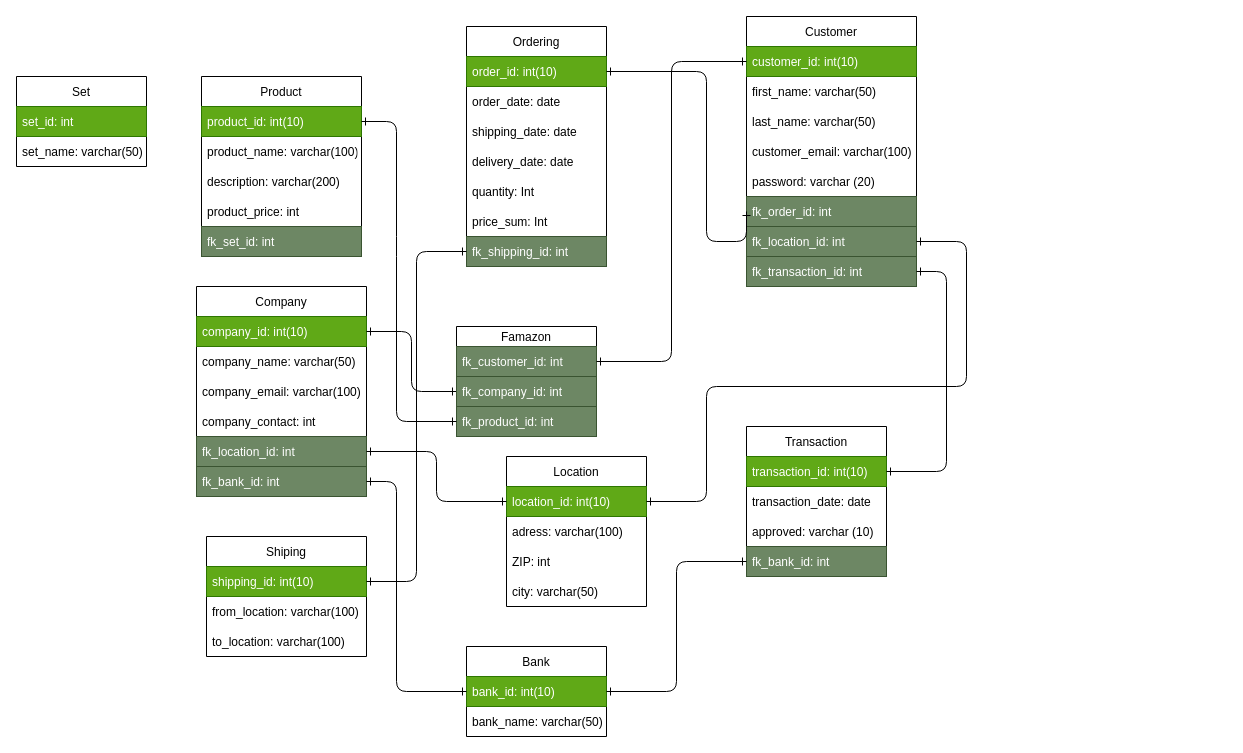
This is page "Normalization" (4 of 4) of database.drawio from TamaraZolnajic/BE16_CR9_Tamara_Zolnajic, a draw.io file, before an edit. Source tidied: cells renumbered, new cells numbered last; positions are measured from the earlier drawing's top-left corner, leaving out a move shared by most shapes. Both pictures are drawn from the tidied source at 100%, with x=0, y=0 at pixel (16, 16).
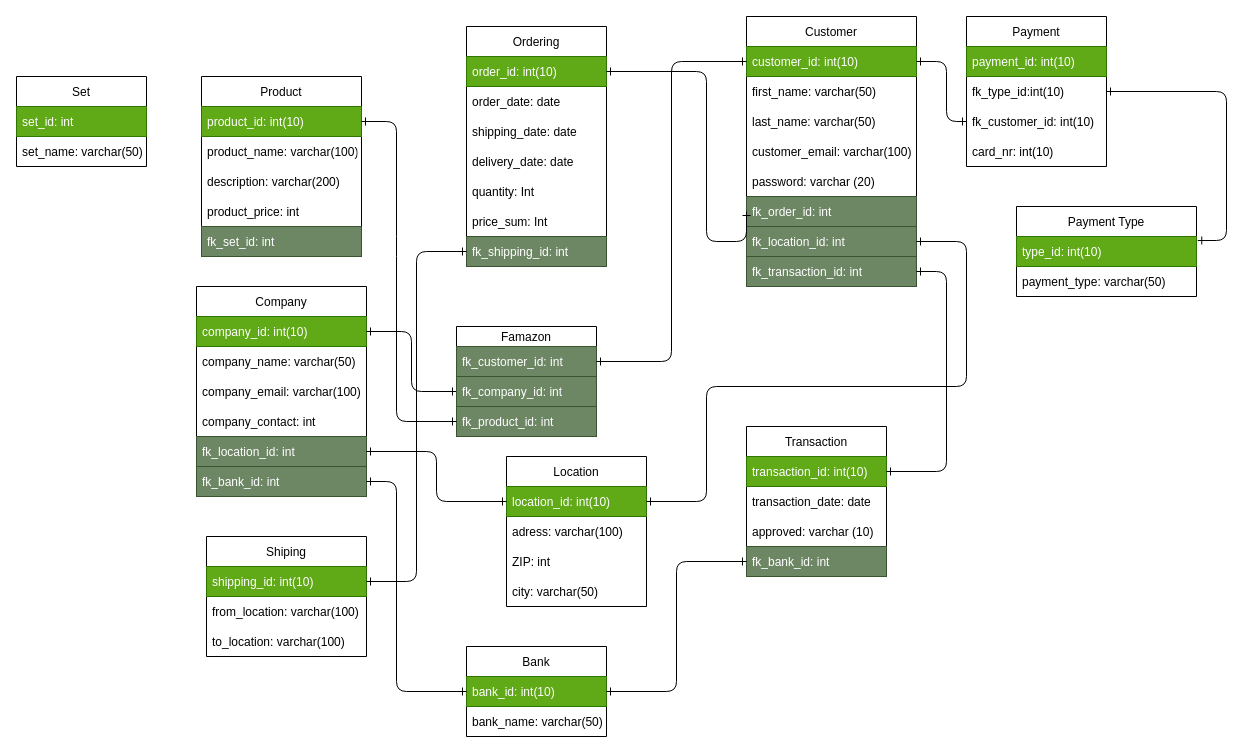
Above is the later version.

Unchanged cells that the change refers to:
```xml
<mxCell id="9" value="customer_id: int(10)" style="text;strokeColor=#2D7600;fillColor=#60a917;align=left;verticalAlign=middle;spacingLeft=4;spacingRight=4;overflow=hidden;points=[[0,0.5],[1,0.5]];portConstraint=eastwest;fontColor=#ffffff;" parent="8" vertex="1">
  <mxGeometry y="30" width="170" height="30" as="geometry" />
</mxCell>
```

Diff of the diagram source:
```diff
@@
+    <mxCell id="66" value="Payment" style="swimlane;fontStyle=0;horizontal=1;startSize=30;" parent="1" vertex="1">
+      <mxGeometry x="950" width="140" height="150" as="geometry" />
+    </mxCell>
+    <mxCell id="67" value="payment_id: int(10)" style="text;strokeColor=#2D7600;fillColor=#60a917;align=left;verticalAlign=middle;spacingLeft=4;spacingRight=4;overflow=hidden;fontColor=#ffffff;" parent="66" vertex="1">
+      <mxGeometry y="30" width="140" height="30" as="geometry" />
+    </mxCell>
+    <mxCell id="68" value="fk_type_id:int(10)" style="text;strokeColor=none;fillColor=none;align=left;verticalAlign=middle;spacingLeft=4;spacingRight=4;overflow=hidden;points=[[0,0.5],[1,0.5]];portConstraint=eastwest;" parent="66" vertex="1">
+      <mxGeometry y="60" width="140" height="30" as="geometry" />
+    </mxCell>
+    <mxCell id="69" value="fk_customer_id: int(10)" style="text;strokeColor=none;fillColor=none;align=left;verticalAlign=middle;spacingLeft=4;spacingRight=4;overflow=hidden;points=[[0,0.5],[1,0.5]];portConstraint=eastwest;" parent="66" vertex="1">
+      <mxGeometry y="90" width="140" height="30" as="geometry" />
+    </mxCell>
+    <mxCell id="70" value="card_nr: int(10) " style="text;align=left;verticalAlign=middle;spacingLeft=4;spacingRight=4;overflow=hidden;" parent="66" vertex="1">
+      <mxGeometry y="120" width="140" height="30" as="geometry" />
+    </mxCell>
+    <mxCell id="71" value="Payment Type" style="swimlane;fontStyle=0;horizontal=1;startSize=30;" parent="1" vertex="1">
+      <mxGeometry x="1000" y="190" width="180" height="90" as="geometry" />
+    </mxCell>
+    <mxCell id="72" value="type_id: int(10)" style="text;strokeColor=#2D7600;fillColor=#60a917;align=left;verticalAlign=middle;spacingLeft=4;spacingRight=4;overflow=hidden;fontColor=#ffffff;" parent="71" vertex="1">
+      <mxGeometry y="30" width="180" height="30" as="geometry" />
+    </mxCell>
+    <mxCell id="73" value="payment_type: varchar(50)" style="text;align=left;verticalAlign=middle;spacingLeft=4;spacingRight=4;overflow=hidden;" parent="71" vertex="1">
+      <mxGeometry y="60" width="180" height="30" as="geometry" />
+    </mxCell>
+    <mxCell id="74" style="endArrow=ERone;html=1;exitX=0;exitY=0.5;exitDx=0;exitDy=0;entryX=1;entryY=0.5;entryDx=0;entryDy=0;startArrow=ERone;startFill=0;endFill=0;" parent="1" edge="1" source="69" target="9">
+      <mxGeometry relative="1" as="geometry">
+        <Array as="points">
+          <mxPoint x="930" y="105" />
+          <mxPoint x="930" y="45" />
+        </Array>
+      </mxGeometry>
+    </mxCell>
+    <mxCell id="75" style="endArrow=ERone;html=1;exitX=1;exitY=0.5;exitDx=0;exitDy=0;entryX=1.007;entryY=0.378;entryDx=0;entryDy=0;entryPerimeter=0;startArrow=ERone;startFill=0;endFill=0;" parent="1" edge="1" source="68" target="71">
+      <mxGeometry relative="1" as="geometry">
+        <Array as="points">
+          <mxPoint x="1210" y="75" />
+          <mxPoint x="1210" y="224" />
+        </Array>
+      </mxGeometry>
+    </mxCell>
```
